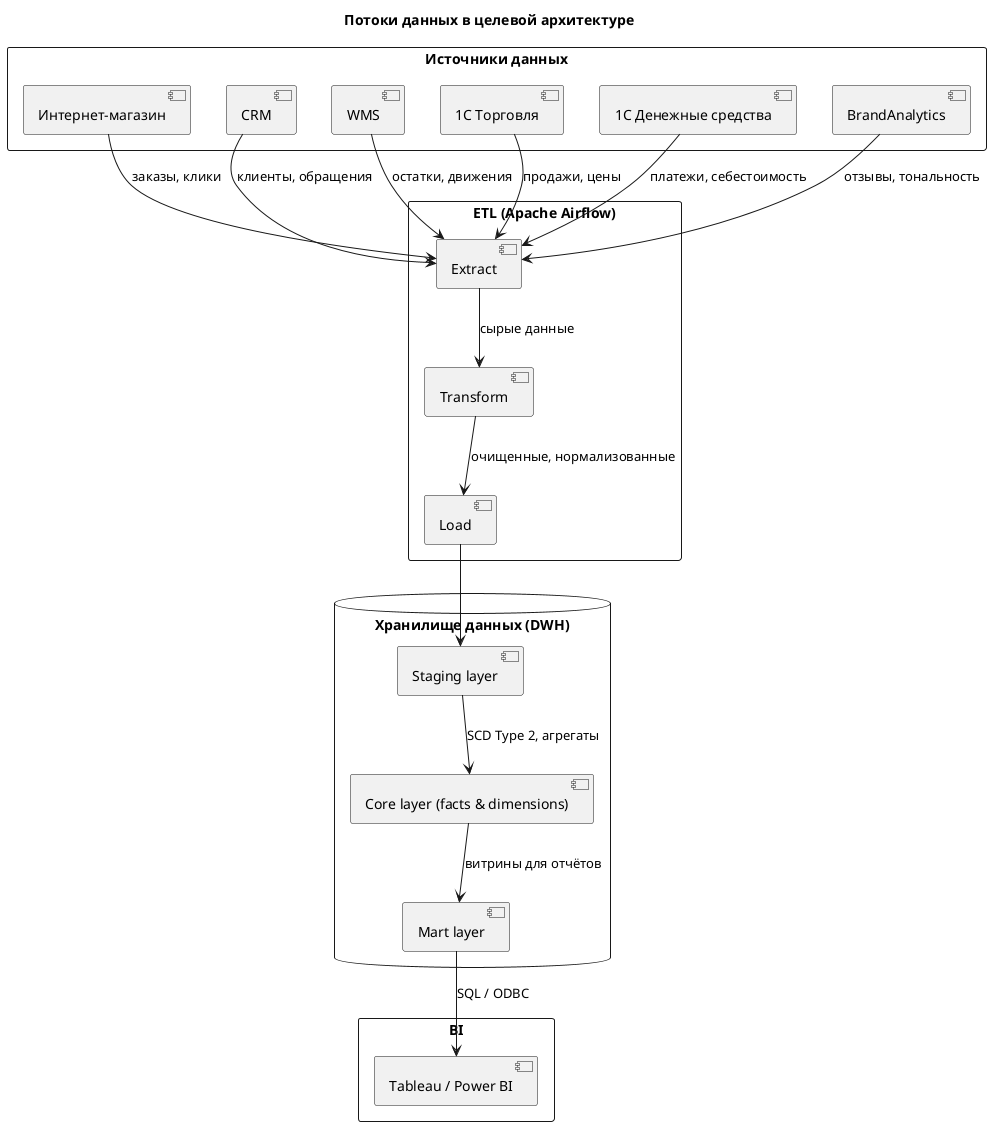
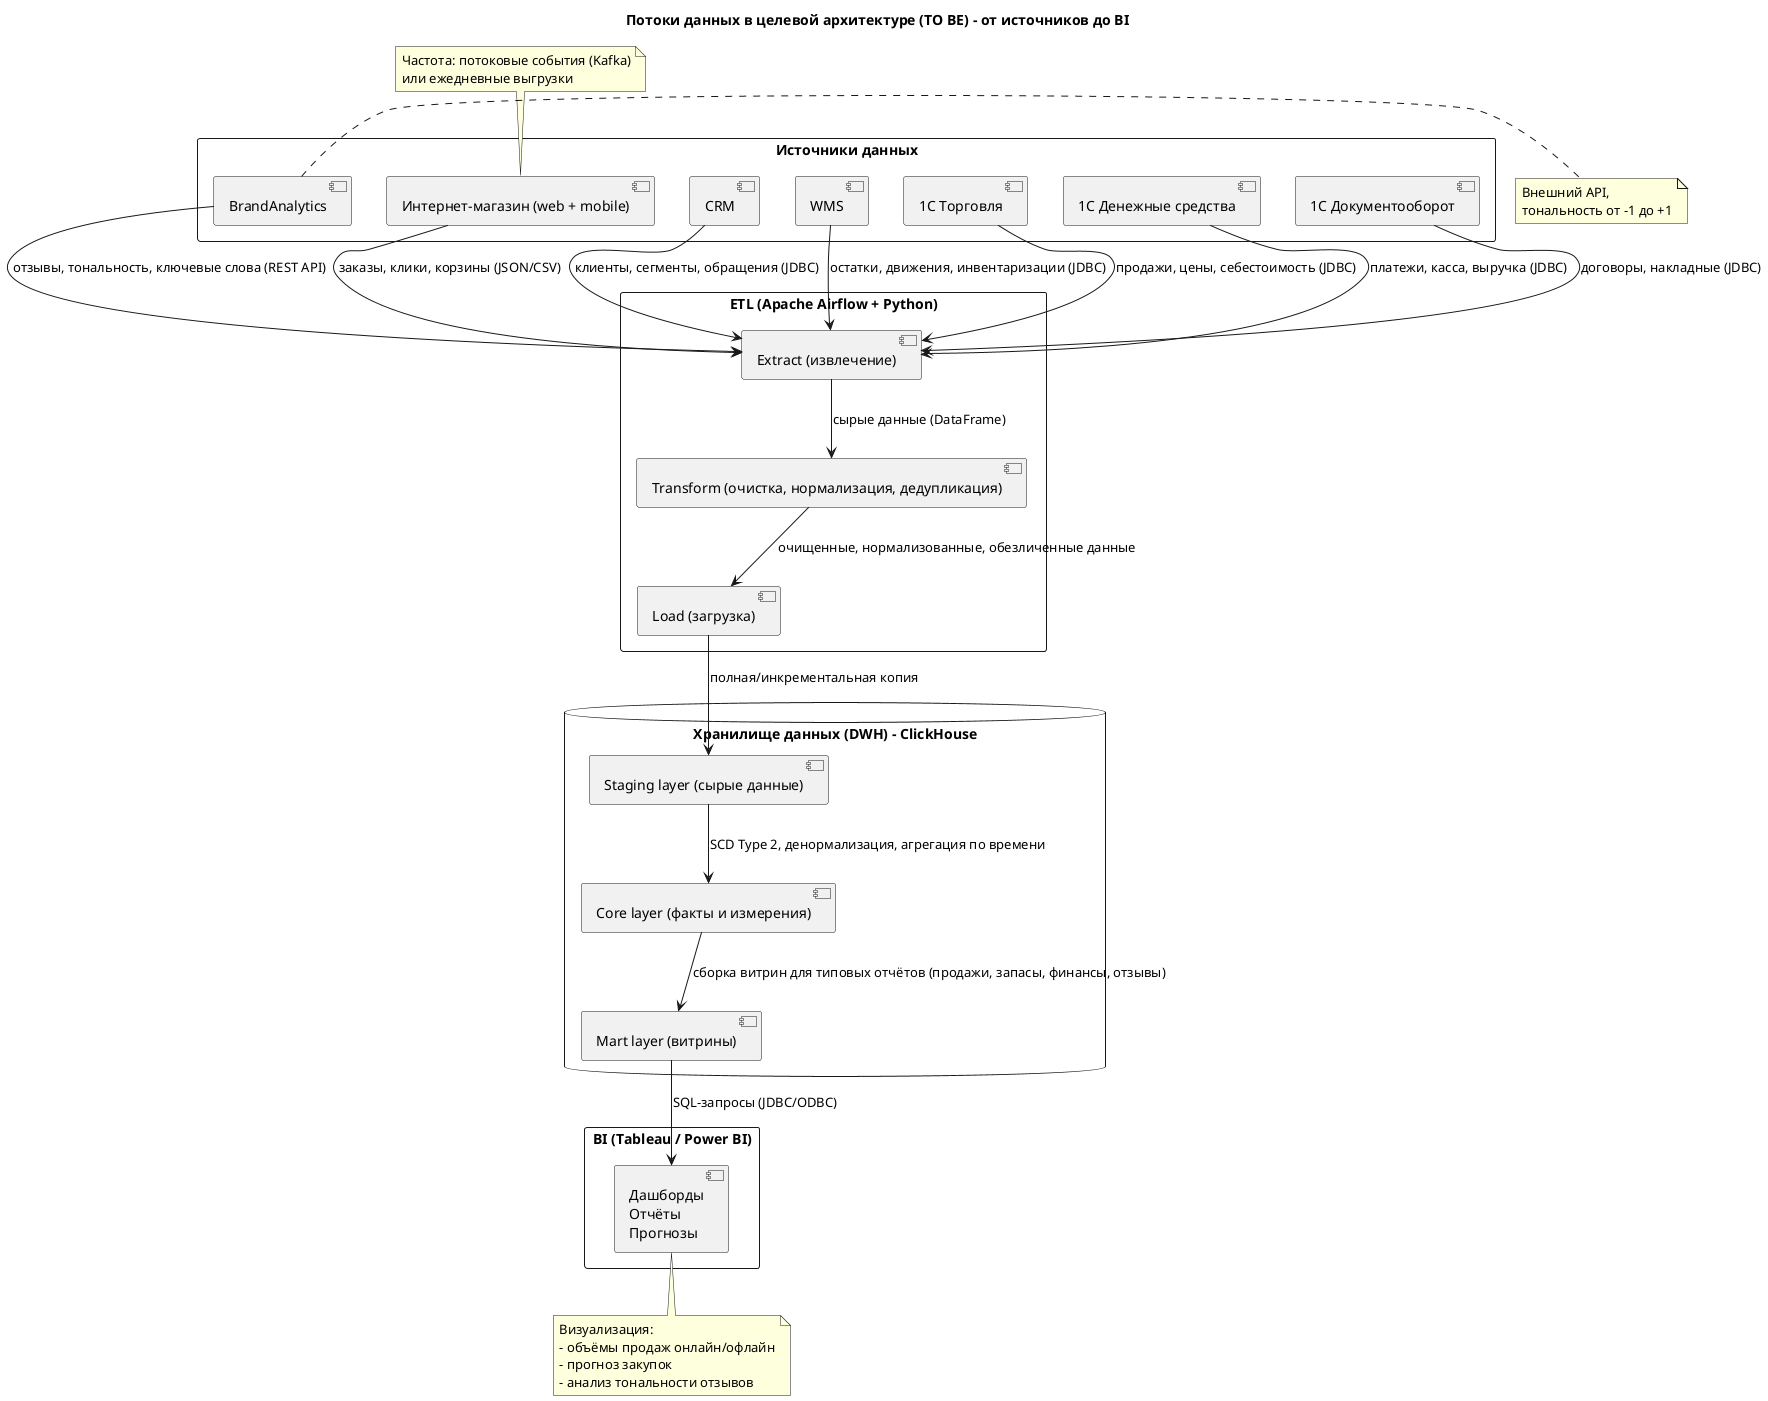
@startuml
!define RECTANGLE class

- title "Потоки данных в целевой архитектуре"
+ title "Потоки данных в целевой архитектуре (TO BE) – от источников до BI"

+ ' Источники данных (верхний уровень)
rectangle "Источники данных" {
-     [Интернет-магазин] as IM
+     [Интернет-магазин (web + mobile)] as IM
    [CRM] as CRM
    [WMS] as WMS
    [1С Торговля] as TORG
    [1С Денежные средства] as FIN
+     [1С Документооборот] as DOC
    [BrandAnalytics] as BA
}

- rectangle "ETL (Apache Airflow)" {
-     [Extract] as E
-     [Transform] as T
-     [Load] as L
+ ' ETL-процесс
+ rectangle "ETL (Apache Airflow + Python)" {
+     [Extract (извлечение)] as E
+     [Transform (очистка, нормализация, дедупликация)] as T
+     [Load (загрузка)] as L
}

- database "Хранилище данных (DWH)" {
-     [Staging layer] as STG
-     [Core layer (facts & dimensions)] as CORE
-     [Mart layer] as MART
+ ' Хранилище данных (трехслойное)
+ database "Хранилище данных (DWH) – ClickHouse" {
+     [Staging layer (сырые данные)] as STG
+     [Core layer (факты и измерения)] as CORE
+     [Mart layer (витрины)] as MART
}

- rectangle "BI" {
-     [Tableau / Power BI] as BISystem
+ ' BI-система
+ rectangle "BI (Tableau / Power BI)" {
+     [Дашборды\nОтчёты\nПрогнозы] as BI
}

- IM --> E : "заказы, клики"
- CRM --> E : "клиенты, обращения"
- WMS --> E : "остатки, движения"
- TORG --> E : "продажи, цены"
- FIN --> E : "платежи, себестоимость"
- BA --> E : "отзывы, тональность"
+ ' Потоки от источников к ETL (Extract)
+ IM --> E : "заказы, клики, корзины (JSON/CSV)"
+ CRM --> E : "клиенты, сегменты, обращения (JDBC)"
+ WMS --> E : "остатки, движения, инвентаризации (JDBC)"
+ TORG --> E : "продажи, цены, себестоимость (JDBC)"
+ FIN --> E : "платежи, касса, выручка (JDBC)"
+ DOC --> E : "договоры, накладные (JDBC)"
+ BA --> E : "отзывы, тональность, ключевые слова (REST API)"

- E --> T : "сырые данные"
- T --> L : "очищенные, нормализованные"
- L --> STG
- STG --> CORE : "SCD Type 2, агрегаты"
- CORE --> MART : "витрины для отчётов"
- MART --> BISystem : "SQL / ODBC"
+ ' Потоки внутри ETL
+ E --> T : "сырые данные (DataFrame)"
+ T --> L : "очищенные, нормализованные, обезличенные данные"

- @enduml+ ' Загрузка в DWH
+ L --> STG : "полная/инкрементальная копия"
+ 
+ ' Трансформация между слоями DWH
+ STG --> CORE : "SCD Type 2, денормализация, агрегация по времени"
+ CORE --> MART : "сборка витрин для типовых отчётов (продажи, запасы, финансы, отзывы)"
+ 
+ ' Поток в BI
+ MART --> BI : "SQL-запросы (JDBC/ODBC)"
+ 
+ ' Примечания
+ note top of IM
+   Частота: потоковые события (Kafka)
+   или ежедневные выгрузки
+ end note
+ 
+ note right of BA
+   Внешний API,
+   тональность от -1 до +1
+ end note
+ 
+ note bottom of BI
+   Визуализация:
+   - объёмы продаж онлайн/офлайн
+   - прогноз закупок
+   - анализ тональности отзывов
+ end note
+ 
+ @enduml
